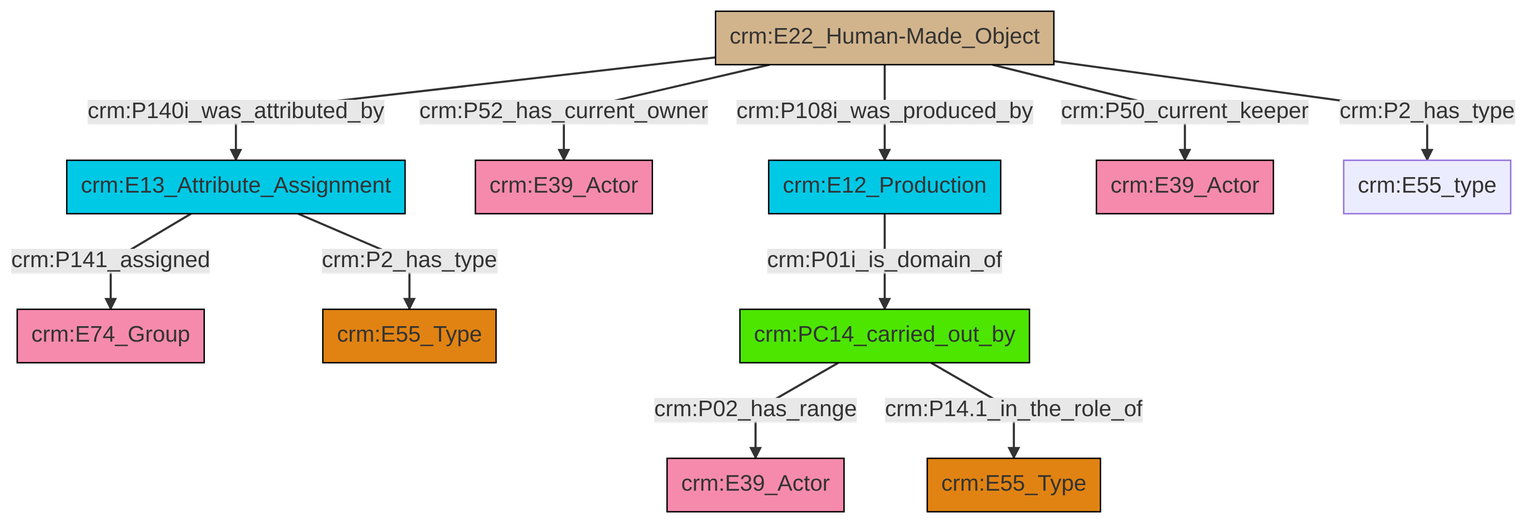
Earlier version of the Mermaid export et/artworkCSV/ttl/mmd/png/Artwork_Actor_Relations.png (swiss-art-research-net/docs.swissartresearch). Its source is kept beside it as et/artworkCSV/ttl/mmd/Artwork_Actor_Relations.ttl.mmd.
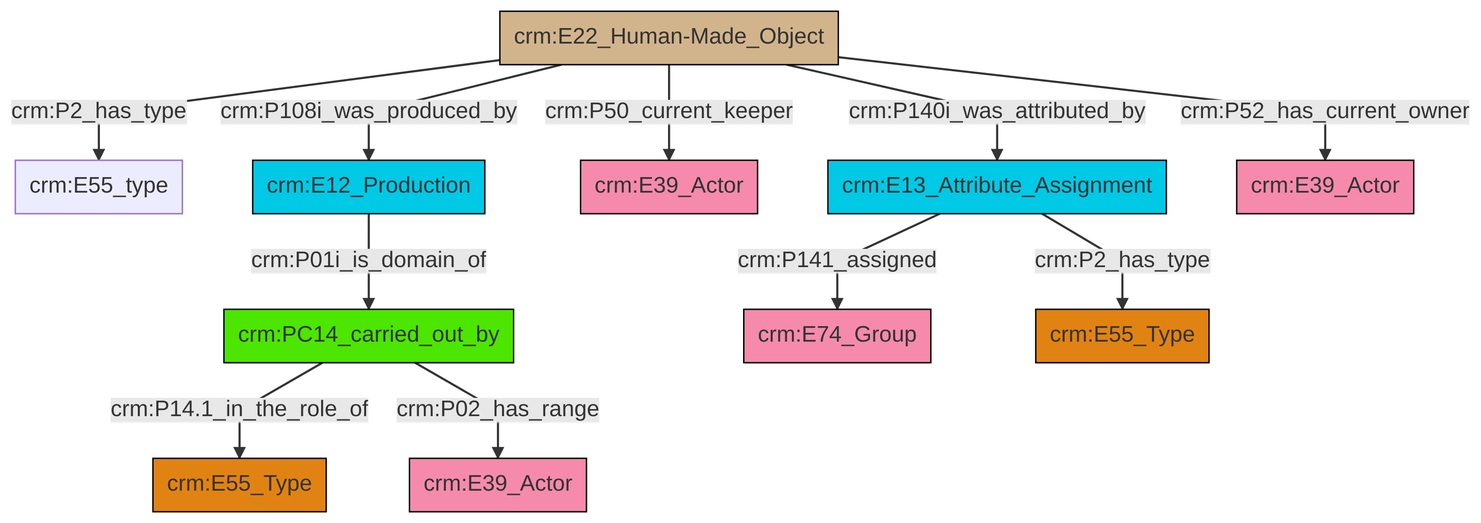
Above is the later version.

Diff of the diagram source:
```diff
@@ -13,13 +13,13 @@
 classDef PC_Classes fill:#4ce600, stroke:#000000;
 classDef Multi fill:#cccccc,stroke:#000000;
 
-0["crm:E13_Attribute_Assignment"]:::Temporal_Entity -->|crm:P141_assigned| 1["crm:E74_Group"]:::Actor
-4["crm:E22_Human-Made_Object"]:::Physical_Thing -->|crm:P140i_was_attributed_by| 0["crm:E13_Attribute_Assignment"]:::Temporal_Entity
-4["crm:E22_Human-Made_Object"]:::Physical_Thing -->|crm:P52_has_current_owner| 7["crm:E39_Actor"]:::Actor
-8["crm:PC14_carried_out_by"]:::PC_Classes -->|crm:P02_has_range| 10["crm:E39_Actor"]:::Actor
-11["crm:E12_Production"]:::Temporal_Entity -->|crm:P01i_is_domain_of| 8["crm:PC14_carried_out_by"]:::PC_Classes
-8["crm:PC14_carried_out_by"]:::PC_Classes -->|crm:P14.1_in_the_role_of| 2["crm:E55_Type"]:::Type
-4["crm:E22_Human-Made_Object"]:::Physical_Thing -->|crm:P108i_was_produced_by| 11["crm:E12_Production"]:::Temporal_Entity
-4["crm:E22_Human-Made_Object"]:::Physical_Thing -->|crm:P2_has_type| 18["crm:E55_type"]:::Default
-0["crm:E13_Attribute_Assignment"]:::Temporal_Entity -->|crm:P2_has_type| 5["crm:E55_Type"]:::Type
-4["crm:E22_Human-Made_Object"]:::Physical_Thing -->|crm:P50_current_keeper| 12["crm:E39_Actor"]:::Actor
+4["crm:E22_Human-Made_Object"]:::Physical_Thing -->|crm:P2_has_type| 5["crm:E55_type"]:::Default
+6["crm:E13_Attribute_Assignment"]:::Temporal_Entity -->|crm:P2_has_type| 7["crm:E55_Type"]:::Type
+4["crm:E22_Human-Made_Object"]:::Physical_Thing -->|crm:P50_current_keeper| 8["crm:E39_Actor"]:::Actor
+0["crm:PC14_carried_out_by"]:::PC_Classes -->|crm:P14.1_in_the_role_of| 10["crm:E55_Type"]:::Type
+4["crm:E22_Human-Made_Object"]:::Physical_Thing -->|crm:P140i_was_attributed_by| 6["crm:E13_Attribute_Assignment"]:::Temporal_Entity
+6["crm:E13_Attribute_Assignment"]:::Temporal_Entity -->|crm:P141_assigned| 2["crm:E74_Group"]:::Actor
+4["crm:E22_Human-Made_Object"]:::Physical_Thing -->|crm:P108i_was_produced_by| 12["crm:E12_Production"]:::Temporal_Entity
+4["crm:E22_Human-Made_Object"]:::Physical_Thing -->|crm:P52_has_current_owner| 17["crm:E39_Actor"]:::Actor
+0["crm:PC14_carried_out_by"]:::PC_Classes -->|crm:P02_has_range| 18["crm:E39_Actor"]:::Actor
+12["crm:E12_Production"]:::Temporal_Entity -->|crm:P01i_is_domain_of| 0["crm:PC14_carried_out_by"]:::PC_Classes
```
